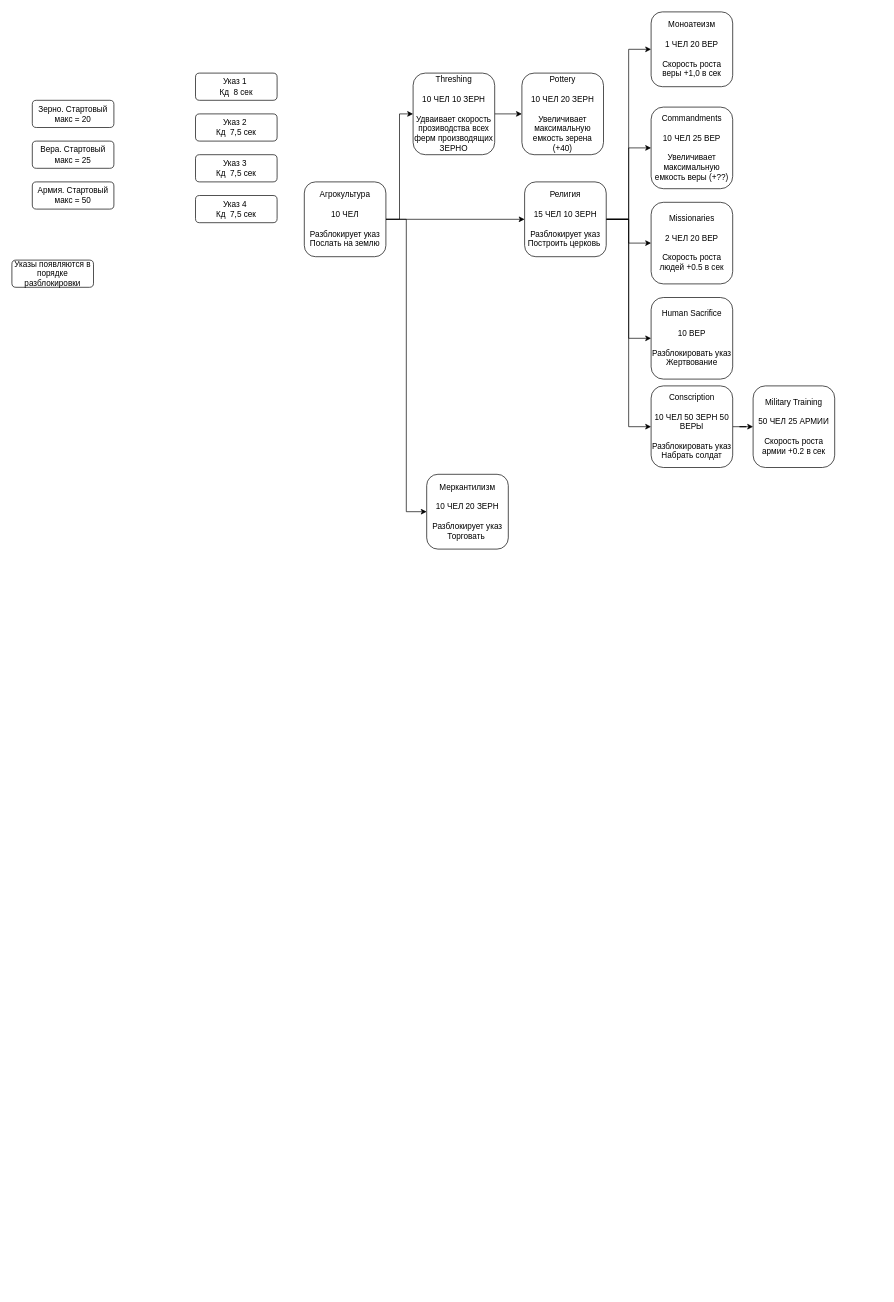
This is Untitled Diagram.drawio from 42ama/open-drawio, a draw.io file, before an edit. Source tidied: cells renumbered, new cells numbered last; positions are measured from the earlier drawing's top-left corner, leaving out a move shared by most shapes. Both pictures are drawn from the tidied source at 68%, with x=0, y=0 at pixel (12, 12).
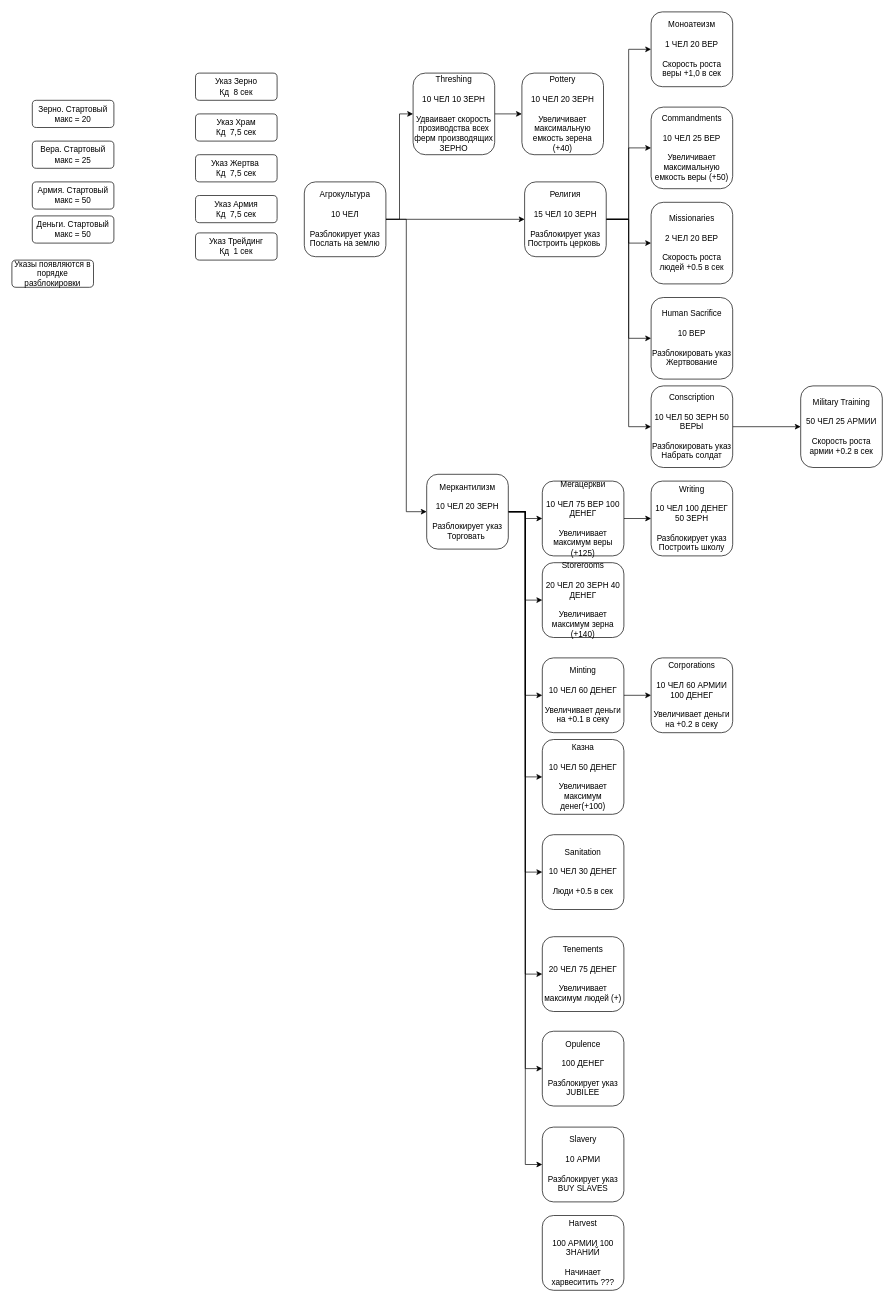
After the change.

The change refers to these unchanged cells:
```xml
<mxCell id="14" value="Меркантилизм&lt;br&gt;&lt;br&gt;10 ЧЕЛ 20 ЗЕРН&lt;br&gt;&lt;br&gt;Разблокирует указ Торговать&amp;nbsp;" style="rounded=1;whiteSpace=wrap;html=1;" parent="1" vertex="1">
  <mxGeometry x="610" y="680" width="120" height="110" as="geometry" />
</mxCell>
```

Change to the diagram source:
```diff
@@
+    <mxCell id="31" style="edgeStyle=orthogonalEdgeStyle;rounded=0;jettySize=auto;html=1;" parent="1" edge="1" source="14" target="42">
+      <mxGeometry relative="1" as="geometry" />
+    </mxCell>
+    <mxCell id="32" style="edgeStyle=orthogonalEdgeStyle;rounded=0;jettySize=auto;html=1;entryX=0;entryY=0.5;entryDx=0;entryDy=0;" parent="1" edge="1" source="14" target="43">
+      <mxGeometry relative="1" as="geometry" />
+    </mxCell>
+    <mxCell id="33" style="edgeStyle=orthogonalEdgeStyle;rounded=0;jettySize=auto;html=1;entryX=0;entryY=0.5;entryDx=0;entryDy=0;" parent="1" edge="1" source="14" target="45">
+      <mxGeometry relative="1" as="geometry" />
+    </mxCell>
+    <mxCell id="34" style="edgeStyle=orthogonalEdgeStyle;rounded=0;jettySize=auto;html=1;entryX=0;entryY=0.5;entryDx=0;entryDy=0;" parent="1" edge="1" source="14" target="46">
+      <mxGeometry relative="1" as="geometry" />
+    </mxCell>
+    <mxCell id="35" style="edgeStyle=orthogonalEdgeStyle;rounded=0;jettySize=auto;html=1;entryX=0;entryY=0.5;entryDx=0;entryDy=0;" parent="1" edge="1" source="14" target="47">
+      <mxGeometry relative="1" as="geometry" />
+    </mxCell>
+    <mxCell id="36" style="edgeStyle=orthogonalEdgeStyle;rounded=0;jettySize=auto;html=1;entryX=0;entryY=0.5;entryDx=0;entryDy=0;" parent="1" edge="1" source="14" target="48">
+      <mxGeometry relative="1" as="geometry" />
+    </mxCell>
+    <mxCell id="37" style="edgeStyle=orthogonalEdgeStyle;rounded=0;jettySize=auto;html=1;entryX=0;entryY=0.5;entryDx=0;entryDy=0;" parent="1" edge="1" source="14" target="49">
+      <mxGeometry relative="1" as="geometry" />
+    </mxCell>
+    <mxCell id="38" style="edgeStyle=orthogonalEdgeStyle;rounded=0;jettySize=auto;html=1;entryX=0;entryY=0.5;entryDx=0;entryDy=0;" parent="1" edge="1" source="14" target="50">
+      <mxGeometry relative="1" as="geometry" />
+    </mxCell>
@@
-    <mxCell id="17" value="Commandments&lt;br&gt;&lt;br&gt;10 ЧЕЛ 25 ВЕР&lt;br&gt;&lt;br&gt;Увеличивает максимальную емкость веры (+??)" style="rounded=1;whiteSpace=wrap;html=1;" parent="1" vertex="1">
+    <mxCell id="17" value="Commandments&lt;br&gt;&lt;br&gt;10 ЧЕЛ 25 ВЕР&lt;br&gt;&lt;br&gt;Увеличивает максимальную емкость веры (+50)" style="rounded=1;whiteSpace=wrap;html=1;" parent="1" vertex="1">
       <mxGeometry x="940" y="140" width="120" height="120" as="geometry" />
     </mxCell>
-    <mxCell id="18" value="Указ 1&amp;nbsp;&lt;br&gt;Кд&amp;nbsp; 8 сек" style="rounded=1;whiteSpace=wrap;html=1;" parent="1" vertex="1">
+    <mxCell id="18" value="Указ Зерно&lt;br&gt;Кд&amp;nbsp; 8 сек" style="rounded=1;whiteSpace=wrap;html=1;" parent="1" vertex="1">
       <mxGeometry x="270" y="90" width="120" height="40" as="geometry" />
     </mxCell>
-    <mxCell id="19" value="Указ 2&amp;nbsp;&lt;br&gt;Кд&amp;nbsp; 7,5&amp;nbsp;сек" style="rounded=1;whiteSpace=wrap;html=1;" parent="1" vertex="1">
+    <mxCell id="19" value="Указ Храм&lt;br&gt;Кд&amp;nbsp; 7,5&amp;nbsp;сек" style="rounded=1;whiteSpace=wrap;html=1;" parent="1" vertex="1">
       <mxGeometry x="270" y="150" width="120" height="40" as="geometry" />
     </mxCell>
@@
     <mxCell id="26" value="Military Training&lt;br&gt;&lt;br&gt;50 ЧЕЛ 25 АРМИИ&lt;br&gt;&lt;br&gt;Скорость роста армии +0.2 в сек" style="rounded=1;whiteSpace=wrap;html=1;" parent="1" vertex="1">
-      <mxGeometry x="1090" y="550" width="120" height="120" as="geometry" />
+      <mxGeometry x="1160" y="550" width="120" height="120" as="geometry" />
     </mxCell>
-    <mxCell id="27" value="Указ 3&amp;nbsp;&lt;br&gt;Кд&amp;nbsp; 7,5&amp;nbsp;сек" style="rounded=1;whiteSpace=wrap;html=1;" parent="1" vertex="1">
+    <mxCell id="27" value="Указ Жертва&amp;nbsp;&lt;br&gt;Кд&amp;nbsp; 7,5&amp;nbsp;сек" style="rounded=1;whiteSpace=wrap;html=1;" parent="1" vertex="1">
       <mxGeometry x="270" y="210" width="120" height="40" as="geometry" />
     </mxCell>
-    <mxCell id="28" value="Указ 4&amp;nbsp;&lt;br&gt;Кд&amp;nbsp; 7,5&amp;nbsp;сек" style="rounded=1;whiteSpace=wrap;html=1;" parent="1" vertex="1">
+    <mxCell id="28" value="Указ Армия&lt;br&gt;Кд&amp;nbsp; 7,5&amp;nbsp;сек" style="rounded=1;whiteSpace=wrap;html=1;" parent="1" vertex="1">
       <mxGeometry x="270" y="270" width="120" height="40" as="geometry" />
     </mxCell>
@@
+    <mxCell id="39" value="Указ Трейдинг&lt;br&gt;Кд&amp;nbsp; 1&amp;nbsp;сек" style="rounded=1;whiteSpace=wrap;html=1;" parent="1" vertex="1">
+      <mxGeometry x="270" y="325" width="120" height="40" as="geometry" />
+    </mxCell>
+    <mxCell id="40" value="Деньги. Стартовый макс = 50" style="rounded=1;whiteSpace=wrap;html=1;" parent="1" vertex="1">
+      <mxGeometry x="30" y="300" width="120" height="40" as="geometry" />
+    </mxCell>
+    <mxCell id="41" style="edgeStyle=orthogonalEdgeStyle;rounded=0;jettySize=auto;html=1;" parent="1" edge="1" source="42" target="52">
+      <mxGeometry relative="1" as="geometry" />
+    </mxCell>
+    <mxCell id="42" value="Мегацеркви&lt;br&gt;&lt;br&gt;10 ЧЕЛ 75 ВЕР 100 ДЕНЕГ&lt;br&gt;&lt;br&gt;Увеличивает максимум веры (+125)" style="rounded=1;whiteSpace=wrap;html=1;" parent="1" vertex="1">
+      <mxGeometry x="780" y="690" width="120" height="110" as="geometry" />
+    </mxCell>
+    <mxCell id="43" value="Storerooms&lt;br&gt;&lt;br&gt;20 ЧЕЛ 20 ЗЕРН 40 ДЕНЕГ&lt;br&gt;&lt;br&gt;Увеличивает максимум зерна (+140)" style="rounded=1;whiteSpace=wrap;html=1;" parent="1" vertex="1">
+      <mxGeometry x="780" y="810" width="120" height="110" as="geometry" />
+    </mxCell>
+    <mxCell id="44" style="edgeStyle=orthogonalEdgeStyle;rounded=0;jettySize=auto;html=1;" parent="1" edge="1" source="45" target="53">
+      <mxGeometry relative="1" as="geometry" />
+    </mxCell>
+    <mxCell id="45" value="Minting&lt;br&gt;&lt;br&gt;10 ЧЕЛ 60 ДЕНЕГ&lt;br&gt;&lt;br&gt;Увеличивает деньги на +0.1 в секу" style="rounded=1;whiteSpace=wrap;html=1;" parent="1" vertex="1">
+      <mxGeometry x="780" y="950" width="120" height="110" as="geometry" />
+    </mxCell>
+    <mxCell id="46" value="Казна&lt;br&gt;&lt;br&gt;10 ЧЕЛ 50 ДЕНЕГ&lt;br&gt;&lt;br&gt;Увеличивает максимум денег(+100)" style="rounded=1;whiteSpace=wrap;html=1;" parent="1" vertex="1">
+      <mxGeometry x="780" y="1070" width="120" height="110" as="geometry" />
+    </mxCell>
+    <mxCell id="47" value="Sanitation&lt;br&gt;&lt;br&gt;10 ЧЕЛ 30 ДЕНЕГ&lt;br&gt;&lt;br&gt;Люди +0.5 в сек" style="rounded=1;whiteSpace=wrap;html=1;" parent="1" vertex="1">
+      <mxGeometry x="780" y="1210" width="120" height="110" as="geometry" />
+    </mxCell>
+    <mxCell id="48" value="Tenements&lt;br&gt;&lt;br&gt;20 ЧЕЛ 75 ДЕНЕГ&lt;br&gt;&lt;br&gt;Увеличивает максимум людей (+)" style="rounded=1;whiteSpace=wrap;html=1;" parent="1" vertex="1">
+      <mxGeometry x="780" y="1360" width="120" height="110" as="geometry" />
+    </mxCell>
+    <mxCell id="49" value="Opulence&lt;br&gt;&lt;br&gt;100 ДЕНЕГ&lt;br&gt;&lt;br&gt;Разблокирует указ JUBILEE" style="rounded=1;whiteSpace=wrap;html=1;" parent="1" vertex="1">
+      <mxGeometry x="780" y="1499" width="120" height="110" as="geometry" />
+    </mxCell>
+    <mxCell id="50" value="Slavery&lt;br&gt;&lt;br&gt;10 АРМИ&lt;br&gt;&lt;br&gt;Разблокирует указ BUY SLAVES" style="rounded=1;whiteSpace=wrap;html=1;" parent="1" vertex="1">
+      <mxGeometry x="780" y="1640" width="120" height="110" as="geometry" />
+    </mxCell>
+    <mxCell id="51" value="Harvest&lt;br&gt;&lt;br&gt;100 АРМИИ 100 ЗНАНИЙ&lt;br&gt;&lt;br&gt;Начинает харвеситить ???" style="rounded=1;whiteSpace=wrap;html=1;" parent="1" vertex="1">
+      <mxGeometry x="780" y="1770" width="120" height="110" as="geometry" />
+    </mxCell>
+    <mxCell id="52" value="Writing&lt;br&gt;&lt;br&gt;10 ЧЕЛ 100 ДЕНЕГ 50 ЗЕРН&lt;br&gt;&lt;br&gt;Разблокирует указ Построить школу" style="rounded=1;whiteSpace=wrap;html=1;" parent="1" vertex="1">
+      <mxGeometry x="940" y="690" width="120" height="110" as="geometry" />
+    </mxCell>
+    <mxCell id="53" value="Corporations&lt;br&gt;&lt;br&gt;10 ЧЕЛ 60 АРМИИ 100 ДЕНЕГ&lt;br&gt;&lt;br&gt;Увеличивает деньги на +0.2 в секу" style="rounded=1;whiteSpace=wrap;html=1;" parent="1" vertex="1">
+      <mxGeometry x="940" y="950" width="120" height="110" as="geometry" />
+    </mxCell>
```
